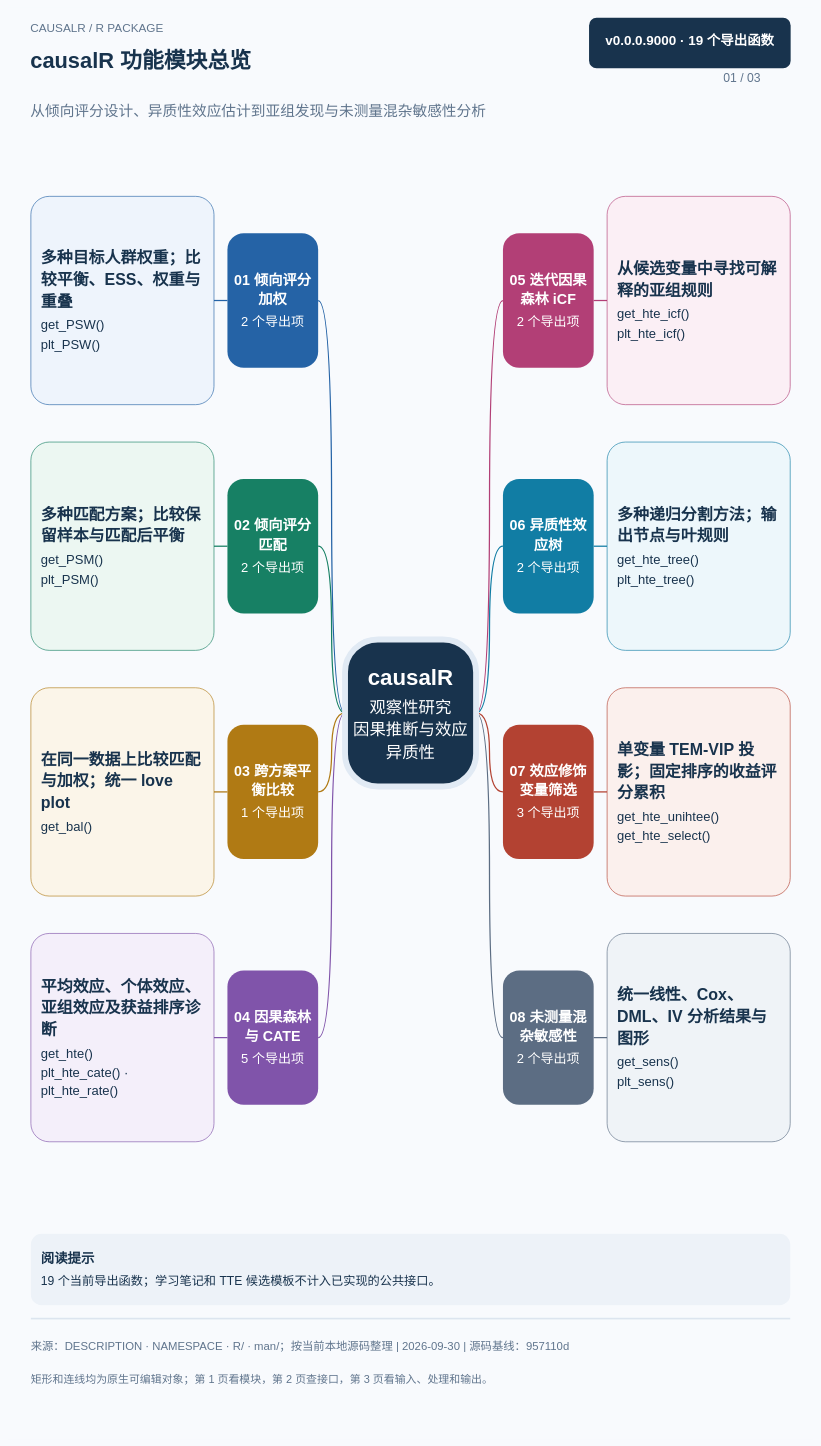
The draw.io diagram page "01 功能模块总览" (1 of 3) of docs/assets/module-maps/causalr/causalr-package-mindmap.drawio in HUI950319/Rnotes, before the edit. Source tidied: cells renumbered, new cells numbered last; positions are measured from the earlier drawing's top-left corner, leaving out a move shared by most shapes. Both pictures are drawn from the tidied source at 42%, with x=0, y=0 at pixel (7, 7).
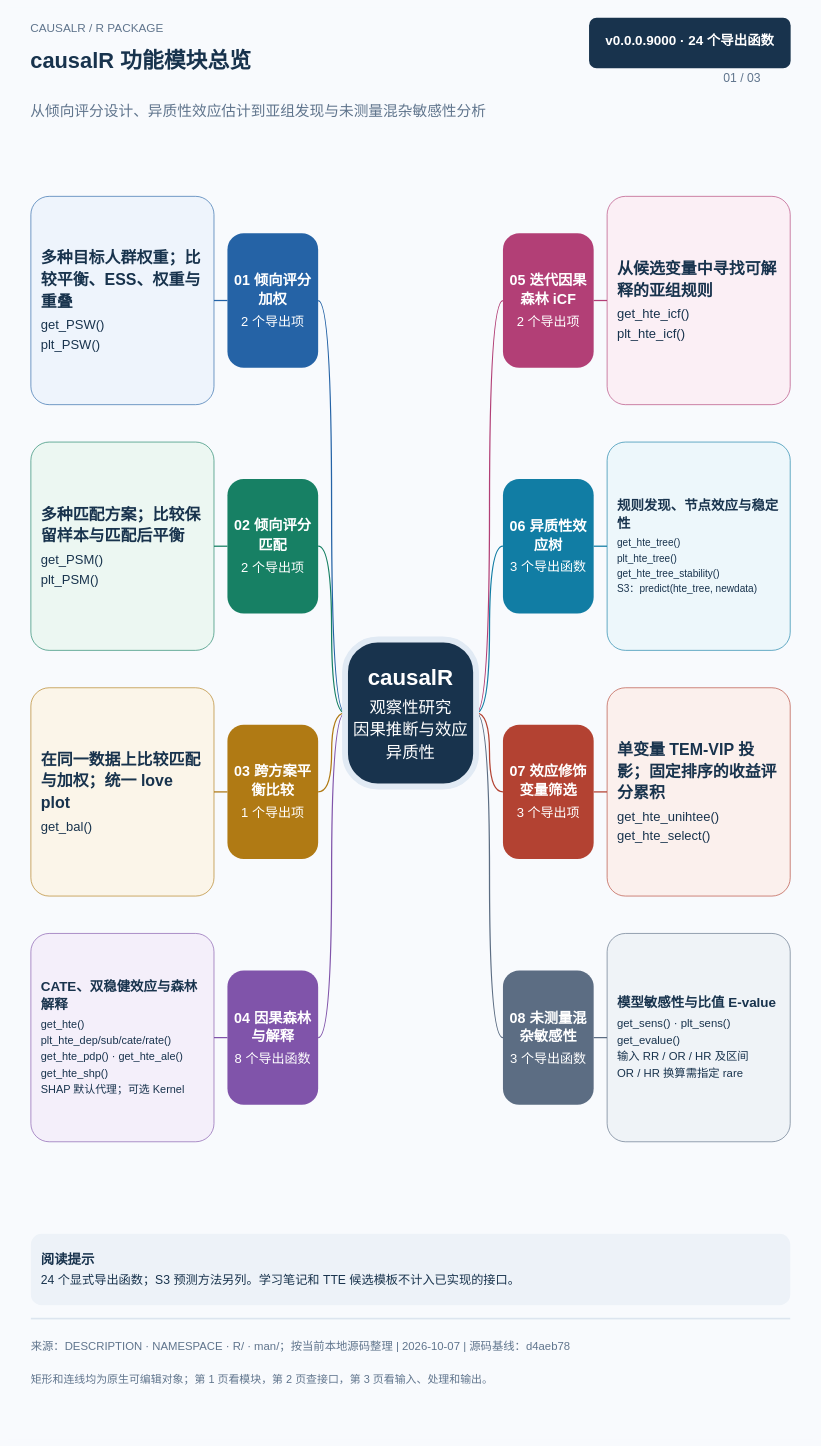
The same page after the edit.

Diff of the diagram source:
```diff
@@
-    <mxCell id="22" value="&lt;div style=&quot;overflow-wrap:anywhere;font-family:Microsoft YaHei,Arial;line-height:1.35;color:#FFFFFF&quot;&gt;&lt;div style=&quot;font-size:32px;font-weight:700;margin-bottom:10px&quot;&gt;v0.0.0.9000 · 19 个导出函数&lt;/div&gt;&lt;/div&gt;" style="whiteSpace=wrap;html=1;fontFamily=Microsoft YaHei;overflow=hidden;rounded=1;arcSize=15;fillColor=#18334D;strokeColor=none;fontColor=#FFFFFF;align=center;" parent="1" vertex="1">
+    <mxCell id="22" value="&lt;div style=&quot;overflow-wrap:anywhere;font-family:Microsoft YaHei,Arial;line-height:1.35;color:#FFFFFF&quot;&gt;&lt;div style=&quot;font-size:32px;font-weight:700;margin-bottom:10px&quot;&gt;v0.0.0.9000 · 24 个导出函数&lt;/div&gt;&lt;/div&gt;" style="whiteSpace=wrap;html=1;fontFamily=Microsoft YaHei;overflow=hidden;rounded=1;arcSize=15;fillColor=#18334D;strokeColor=none;fontColor=#FFFFFF;align=center;" parent="1" vertex="1">
       <mxGeometry x="1385" y="25" width="480" height="120" as="geometry" />
     </mxCell>
@@
-    <mxCell id="25" value="来源：DESCRIPTION · NAMESPACE · R/ · man/；按当前本地源码整理 | 2026-09-30 | 源码基线：957110d" style="whiteSpace=wrap;html=1;fontFamily=Microsoft YaHei;overflow=hidden;text;fillColor=none;strokeColor=none;align=left;verticalAlign=middle;fontSize=27;fontColor=#60758D;fontStyle=0;spacing=0;" parent="1" vertex="1">
+    <mxCell id="25" value="来源：DESCRIPTION · NAMESPACE · R/ · man/；按当前本地源码整理 | 2026-10-07 | 源码基线：d4aeb78" style="whiteSpace=wrap;html=1;fontFamily=Microsoft YaHei;overflow=hidden;text;fillColor=none;strokeColor=none;align=left;verticalAlign=middle;fontSize=27;fontColor=#60758D;fontStyle=0;spacing=0;" parent="1" vertex="1">
       <mxGeometry x="56" y="3156" width="1808" height="64" as="geometry" />
     </mxCell>
@@
-    <mxCell id="34" value="&lt;div style=&quot;overflow-wrap:anywhere;font-family:Microsoft YaHei,Arial;line-height:1.35;color:#FFFFFF&quot;&gt;&lt;div style=&quot;font-size:34px;font-weight:700;margin-bottom:10px&quot;&gt;04 因果森林与 CATE&lt;/div&gt;&lt;div style=&quot;font-family:Microsoft YaHei,Arial;font-size:31px;margin-top:5px&quot;&gt;5 个导出项&lt;/div&gt;&lt;/div&gt;" style="whiteSpace=wrap;html=1;fontFamily=Microsoft YaHei;overflow=hidden;rounded=1;arcSize=18;fillColor=#8054AA;strokeColor=none;align=center;spacing=12;" parent="1" vertex="1">
+    <mxCell id="34" value="&lt;div style=&quot;overflow-wrap:anywhere;font-family:Microsoft YaHei,Arial;line-height:1.3;color:#FFFFFF&quot;&gt;&lt;div style=&quot;font-size:34px;font-weight:700;margin-bottom:10px&quot;&gt;04 因果森林与解释&lt;/div&gt;&lt;div style=&quot;font-size:31px;margin-top:5px&quot;&gt;8 个导出函数&lt;/div&gt;&lt;/div&gt;" style="whiteSpace=wrap;html=1;fontFamily=Microsoft YaHei;overflow=hidden;rounded=1;arcSize=18;fillColor=#8054AA;strokeColor=none;align=center;spacing=12;" parent="1" vertex="1">
       <mxGeometry x="524" y="2293" width="216" height="320" as="geometry" />
     </mxCell>
-    <mxCell id="35" value="&lt;div style=&quot;overflow-wrap:anywhere;font-family:Microsoft YaHei,Arial;line-height:1.35;color:#18334D&quot;&gt;&lt;div style=&quot;font-size:38px;font-weight:700;margin-bottom:10px&quot;&gt;平均效应、个体效应、亚组效应及获益排序诊断&lt;/div&gt;&lt;div style=&quot;font-family:Microsoft YaHei,Arial;font-size:31px;margin-top:5px&quot;&gt;get_hte()&lt;/div&gt;&lt;div style=&quot;font-family:Microsoft YaHei,Arial;font-size:31px;margin-top:5px&quot;&gt;plt_hte_cate() · plt_hte_rate()&lt;/div&gt;&lt;/div&gt;" style="whiteSpace=wrap;html=1;fontFamily=Microsoft YaHei;overflow=hidden;rounded=1;arcSize=10;fillColor=#F4EFFA;strokeColor=#8054AA;strokeWidth=1.5;align=left;spacing=24;" parent="1" vertex="1">
+    <mxCell id="35" value="&lt;div style=&quot;overflow-wrap:anywhere;font-family:Microsoft YaHei,Arial;line-height:1.3;color:#18334D&quot;&gt;&lt;div style=&quot;font-size:32px;font-weight:700;margin-bottom:10px&quot;&gt;CATE、双稳健效应与森林解释&lt;/div&gt;&lt;div style=&quot;font-size:26px;margin-top:5px&quot;&gt;get_hte()&lt;/div&gt;&lt;div style=&quot;font-size:26px;margin-top:5px&quot;&gt;plt_hte_dep/sub/cate/rate()&lt;/div&gt;&lt;div style=&quot;font-size:26px;margin-top:5px&quot;&gt;get_hte_pdp() · get_hte_ale()&lt;/div&gt;&lt;div style=&quot;font-size:26px;margin-top:5px&quot;&gt;get_hte_shp()&lt;/div&gt;&lt;div style=&quot;font-size:26px;margin-top:5px&quot;&gt;SHAP 默认代理；可选 Kernel&lt;/div&gt;&lt;/div&gt;" style="whiteSpace=wrap;html=1;fontFamily=Microsoft YaHei;overflow=hidden;rounded=1;arcSize=10;fillColor=#F4EFFA;strokeColor=#8054AA;strokeWidth=1.5;align=left;spacing=24;" parent="1" vertex="1">
       <mxGeometry x="56" y="2205" width="436" height="496" as="geometry" />
     </mxCell>
@@
-    <mxCell id="38" value="&lt;div style=&quot;overflow-wrap:anywhere;font-family:Microsoft YaHei,Arial;line-height:1.35;color:#FFFFFF&quot;&gt;&lt;div style=&quot;font-size:34px;font-weight:700;margin-bottom:10px&quot;&gt;06 异质性效应树&lt;/div&gt;&lt;div style=&quot;font-family:Microsoft YaHei,Arial;font-size:31px;margin-top:5px&quot;&gt;2 个导出项&lt;/div&gt;&lt;/div&gt;" style="whiteSpace=wrap;html=1;fontFamily=Microsoft YaHei;overflow=hidden;rounded=1;arcSize=18;fillColor=#117DA4;strokeColor=none;align=center;spacing=12;" parent="1" vertex="1">
+    <mxCell id="38" value="&lt;div style=&quot;overflow-wrap:anywhere;font-family:Microsoft YaHei,Arial;line-height:1.3;color:#FFFFFF&quot;&gt;&lt;div style=&quot;font-size:34px;font-weight:700;margin-bottom:10px&quot;&gt;06 异质性效应树&lt;/div&gt;&lt;div style=&quot;font-size:31px;margin-top:5px&quot;&gt;3 个导出函数&lt;/div&gt;&lt;/div&gt;" style="whiteSpace=wrap;html=1;fontFamily=Microsoft YaHei;overflow=hidden;rounded=1;arcSize=18;fillColor=#117DA4;strokeColor=none;align=center;spacing=12;" parent="1" vertex="1">
       <mxGeometry x="1180" y="1123" width="216" height="320" as="geometry" />
     </mxCell>
-    <mxCell id="39" value="&lt;div style=&quot;overflow-wrap:anywhere;font-family:Microsoft YaHei,Arial;line-height:1.35;color:#18334D&quot;&gt;&lt;div style=&quot;font-size:38px;font-weight:700;margin-bottom:10px&quot;&gt;多种递归分割方法；输出节点与叶规则&lt;/div&gt;&lt;div style=&quot;font-family:Microsoft YaHei,Arial;font-size:31px;margin-top:5px&quot;&gt;get_hte_tree()&lt;/div&gt;&lt;div style=&quot;font-family:Microsoft YaHei,Arial;font-size:31px;margin-top:5px&quot;&gt;plt_hte_tree()&lt;/div&gt;&lt;/div&gt;" style="whiteSpace=wrap;html=1;fontFamily=Microsoft YaHei;overflow=hidden;rounded=1;arcSize=10;fillColor=#EDF7FB;strokeColor=#117DA4;strokeWidth=1.5;align=left;spacing=24;" parent="1" vertex="1">
+    <mxCell id="39" value="&lt;div style=&quot;overflow-wrap:anywhere;font-family:Microsoft YaHei,Arial;line-height:1.3;color:#18334D&quot;&gt;&lt;div style=&quot;font-size:32px;font-weight:700;margin-bottom:10px&quot;&gt;规则发现、节点效应与稳定性&lt;/div&gt;&lt;div style=&quot;font-size:24px;margin-top:5px&quot;&gt;get_hte_tree()&lt;/div&gt;&lt;div style=&quot;font-size:24px;margin-top:5px&quot;&gt;plt_hte_tree()&lt;/div&gt;&lt;div style=&quot;font-size:24px;margin-top:5px&quot;&gt;get_hte_tree_stability()&lt;/div&gt;&lt;div style=&quot;font-size:24px;margin-top:5px&quot;&gt;S3：predict(hte_tree, newdata)&lt;/div&gt;&lt;/div&gt;" style="whiteSpace=wrap;html=1;fontFamily=Microsoft YaHei;overflow=hidden;rounded=1;arcSize=10;fillColor=#EDF7FB;strokeColor=#117DA4;strokeWidth=1.5;align=left;spacing=24;" parent="1" vertex="1">
       <mxGeometry x="1428" y="1035" width="436" height="496" as="geometry" />
     </mxCell>
@@
-    <mxCell id="42" value="&lt;div style=&quot;overflow-wrap:anywhere;font-family:Microsoft YaHei,Arial;line-height:1.35;color:#FFFFFF&quot;&gt;&lt;div style=&quot;font-size:34px;font-weight:700;margin-bottom:10px&quot;&gt;08 未测量混杂敏感性&lt;/div&gt;&lt;div style=&quot;font-family:Microsoft YaHei,Arial;font-size:31px;margin-top:5px&quot;&gt;2 个导出项&lt;/div&gt;&lt;/div&gt;" style="whiteSpace=wrap;html=1;fontFamily=Microsoft YaHei;overflow=hidden;rounded=1;arcSize=18;fillColor=#5C6D83;strokeColor=none;align=center;spacing=12;" parent="1" vertex="1">
+    <mxCell id="42" value="&lt;div style=&quot;overflow-wrap:anywhere;font-family:Microsoft YaHei,Arial;line-height:1.3;color:#FFFFFF&quot;&gt;&lt;div style=&quot;font-size:34px;font-weight:700;margin-bottom:10px&quot;&gt;08 未测量混杂敏感性&lt;/div&gt;&lt;div style=&quot;font-size:31px;margin-top:5px&quot;&gt;3 个导出函数&lt;/div&gt;&lt;/div&gt;" style="whiteSpace=wrap;html=1;fontFamily=Microsoft YaHei;overflow=hidden;rounded=1;arcSize=18;fillColor=#5C6D83;strokeColor=none;align=center;spacing=12;" parent="1" vertex="1">
       <mxGeometry x="1180" y="2293" width="216" height="320" as="geometry" />
     </mxCell>
-    <mxCell id="43" value="&lt;div style=&quot;overflow-wrap:anywhere;font-family:Microsoft YaHei,Arial;line-height:1.35;color:#18334D&quot;&gt;&lt;div style=&quot;font-size:38px;font-weight:700;margin-bottom:10px&quot;&gt;统一线性、Cox、DML、IV 分析结果与图形&lt;/div&gt;&lt;div style=&quot;font-family:Microsoft YaHei,Arial;font-size:31px;margin-top:5px&quot;&gt;get_sens()&lt;/div&gt;&lt;div style=&quot;font-family:Microsoft YaHei,Arial;font-size:31px;margin-top:5px&quot;&gt;plt_sens()&lt;/div&gt;&lt;/div&gt;" style="whiteSpace=wrap;html=1;fontFamily=Microsoft YaHei;overflow=hidden;rounded=1;arcSize=10;fillColor=#EFF3F7;strokeColor=#5C6D83;strokeWidth=1.5;align=left;spacing=24;" parent="1" vertex="1">
+    <mxCell id="43" value="&lt;div style=&quot;overflow-wrap:anywhere;font-family:Microsoft YaHei,Arial;line-height:1.3;color:#18334D&quot;&gt;&lt;div style=&quot;font-size:32px;font-weight:700;margin-bottom:10px&quot;&gt;模型敏感性与比值 E-value&lt;/div&gt;&lt;div style=&quot;font-size:27px;margin-top:5px&quot;&gt;get_sens() · plt_sens()&lt;/div&gt;&lt;div style=&quot;font-size:27px;margin-top:5px&quot;&gt;get_evalue()&lt;/div&gt;&lt;div style=&quot;font-size:27px;margin-top:5px&quot;&gt;输入 RR / OR / HR 及区间&lt;/div&gt;&lt;div style=&quot;font-size:27px;margin-top:5px&quot;&gt;OR / HR 换算需指定 rare&lt;/div&gt;&lt;/div&gt;" style="whiteSpace=wrap;html=1;fontFamily=Microsoft YaHei;overflow=hidden;rounded=1;arcSize=10;fillColor=#EFF3F7;strokeColor=#5C6D83;strokeWidth=1.5;align=left;spacing=24;" parent="1" vertex="1">
       <mxGeometry x="1428" y="2205" width="436" height="496" as="geometry" />
     </mxCell>
-    <mxCell id="44" value="&lt;div style=&quot;overflow-wrap:anywhere;font-family:Microsoft YaHei,Arial;line-height:1.35;color:#18334D&quot;&gt;&lt;div style=&quot;font-size:32px;font-weight:700;margin-bottom:10px&quot;&gt;阅读提示&lt;/div&gt;&lt;div style=&quot;font-family:Microsoft YaHei,Arial;font-size:29px;margin-top:5px&quot;&gt;19 个当前导出函数；学习笔记和 TTE 候选模板不计入已实现的公共接口。&lt;/div&gt;&lt;/div&gt;" style="whiteSpace=wrap;html=1;fontFamily=Microsoft YaHei;overflow=hidden;rounded=1;fillColor=#EDF2F8;strokeColor=none;align=left;spacingLeft=22;spacingRight=20;" parent="1" vertex="1">
+    <mxCell id="44" value="&lt;div style=&quot;overflow-wrap:anywhere;font-family:Microsoft YaHei,Arial;line-height:1.3;color:#18334D&quot;&gt;&lt;div style=&quot;font-size:32px;font-weight:700;margin-bottom:10px&quot;&gt;阅读提示&lt;/div&gt;&lt;div style=&quot;font-size:29px;margin-top:5px&quot;&gt;24 个显式导出函数；S3 预测方法另列。学习笔记和 TTE 候选模板不计入已实现的接口。&lt;/div&gt;&lt;/div&gt;" style="whiteSpace=wrap;html=1;fontFamily=Microsoft YaHei;overflow=hidden;rounded=1;fillColor=#EDF2F8;strokeColor=none;align=left;spacingLeft=22;spacingRight=20;" parent="1" vertex="1">
       <mxGeometry x="56" y="2920" width="1808" height="170" as="geometry" />
     </mxCell>
```
